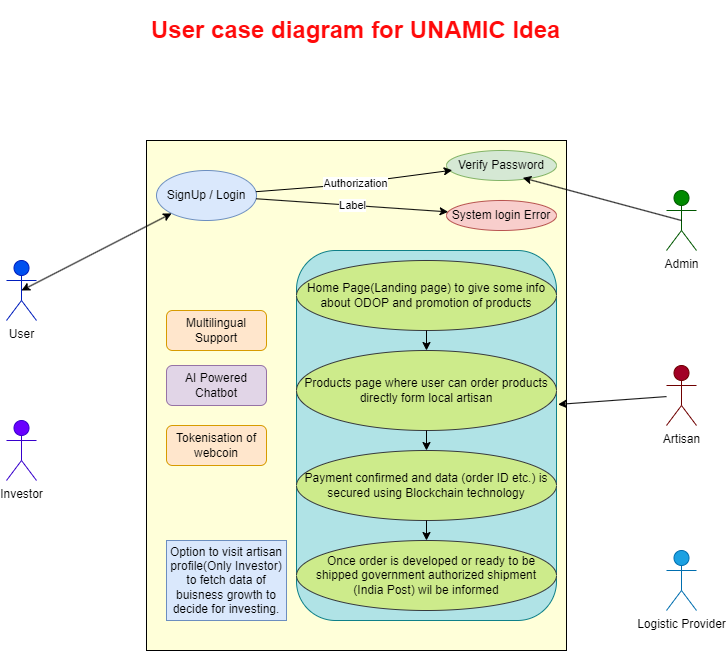
The draw.io diagram SIH.drawio.png in unsparsh/SIH_2023, before a commit. Source tidied: cells renumbered, new cells last; positions are measured from the earlier drawing's top-left corner, leaving out a move shared by most shapes.
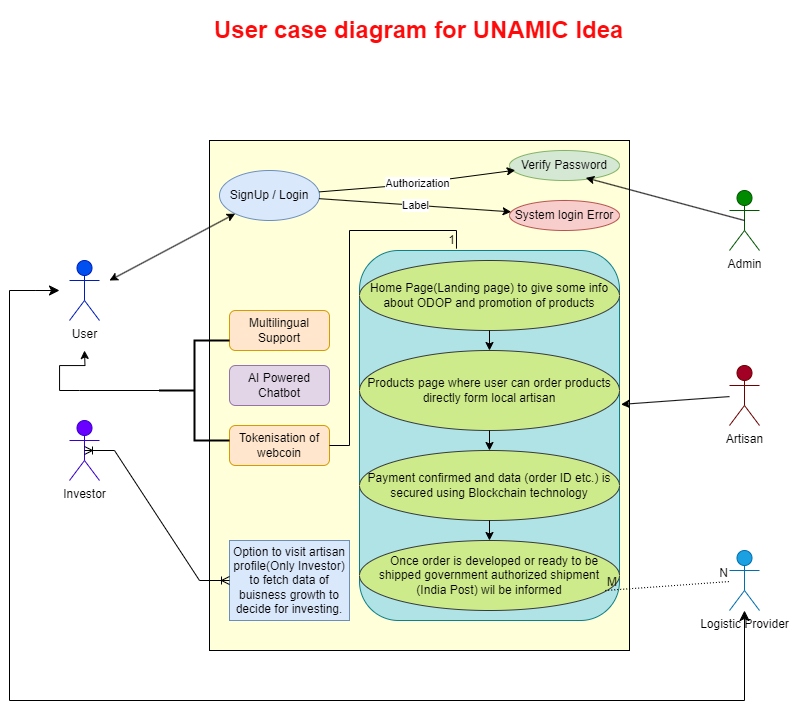
After the change.

Diff of the diagram source:
```diff
@@ -75,8 +75,10 @@
     <mxCell id="24" value="&amp;nbsp; &amp;nbsp;Once order is developed or ready to be shipped government authorized shipment &lt;br&gt;(India Post) wil be informed" style="ellipse;whiteSpace=wrap;html=1;fillColor=#cdeb8b;strokeColor=#36393d;" parent="1" vertex="1">
       <mxGeometry x="290" y="530" width="260" height="70" as="geometry" />
     </mxCell>
-    <mxCell id="25" style="endArrow=classic;startArrow=classic;html=1;rounded=0;exitX=0.5;exitY=0.5;exitDx=0;exitDy=0;exitPerimeter=0;" parent="1" edge="1" source="5" target="4">
-      <mxGeometry relative="1" as="geometry" />
+    <mxCell id="25" style="endArrow=classic;startArrow=classic;html=1;rounded=0;" parent="1" edge="1" target="4">
+      <mxGeometry relative="1" as="geometry">
+        <mxPoint x="40" y="270" as="sourcePoint" />
+      </mxGeometry>
     </mxCell>
     <mxCell id="26" style="endArrow=classic;html=1;rounded=0;entryX=0.694;entryY=0.911;entryDx=0;entryDy=0;entryPerimeter=0;exitX=0.5;exitY=0.5;exitDx=0;exitDy=0;exitPerimeter=0;" parent="1" edge="1" source="6" target="9">
       <mxGeometry relative="1" as="geometry" />
@@ -93,5 +95,57 @@
     <mxCell id="30" style="endArrow=classic;html=1;rounded=0;" parent="1" edge="1" source="21" target="22">
       <mxGeometry relative="1" as="geometry" />
     </mxCell>
+    <mxCell id="31" style="edgeStyle=entityRelationEdgeStyle;fontSize=12;html=1;endArrow=ERoneToMany;startArrow=ERoneToMany;rounded=0;exitX=0.5;exitY=0.5;exitDx=0;exitDy=0;exitPerimeter=0;" parent="1" edge="1" source="18" target="19">
+      <mxGeometry relative="1" as="geometry" />
+    </mxCell>
+    <mxCell id="32" style="endArrow=none;html=1;rounded=0;dashed=1;dashPattern=1 2;exitX=0.945;exitY=0.714;exitDx=0;exitDy=0;exitPerimeter=0;" parent="1" edge="1" source="24" target="8">
+      <mxGeometry relative="1" as="geometry" />
+    </mxCell>
+    <mxCell id="33" value="M" style="html=1;whiteSpace=wrap;align=left;verticalAlign=bottom;" parent="32" vertex="1">
+      <mxGeometry x="-1" relative="1" as="geometry" />
+    </mxCell>
+    <mxCell id="34" value="N" style="html=1;whiteSpace=wrap;align=right;verticalAlign=bottom;" parent="32" vertex="1">
+      <mxGeometry x="1" relative="1" as="geometry" />
+    </mxCell>
+    <mxCell id="35" style="ellipse;whiteSpace=wrap;html=1;align=center;fillColor=none;strokeColor=none;perimeter=centerPerimeter;" parent="1" vertex="1">
+      <mxGeometry x="210" y="405" width="10" height="10" as="geometry" />
+    </mxCell>
+    <mxCell id="36" style="strokeWidth=2;html=1;shape=mxgraph.flowchart.annotation_2;align=left;labelPosition=right;" parent="1" vertex="1">
+      <mxGeometry x="90" y="330" width="70" height="100" as="geometry" />
+    </mxCell>
+    <mxCell id="37" style="edgeStyle=orthogonalEdgeStyle;rounded=0;jettySize=auto;html=1;" parent="1" edge="1" source="38">
+      <mxGeometry relative="1" as="geometry">
+        <mxPoint x="15" y="340" as="targetPoint" />
+      </mxGeometry>
+    </mxCell>
+    <mxCell id="38" style="line;strokeWidth=1;dashed=0;labelPosition=right;align=left;verticalAlign=middle;spacingTop=0;spacingLeft=6;points=[];portConstraint=eastwest;" parent="1" vertex="1">
+      <mxGeometry x="10" y="375" width="110" height="10" as="geometry" />
+    </mxCell>
+    <mxCell id="39" style="endArrow=none;html=1;rounded=0;entryX=0.373;entryY=-0.005;entryDx=0;entryDy=0;entryPerimeter=0;exitX=1;exitY=0.5;exitDx=0;exitDy=0;" parent="1" edge="1" source="17" target="20">
+      <mxGeometry relative="1" as="geometry">
+        <Array as="points">
+          <mxPoint x="280" y="435" />
+          <mxPoint x="280" y="220" />
+          <mxPoint x="387" y="220" />
+        </Array>
+      </mxGeometry>
+    </mxCell>
+    <mxCell id="40" value="1" style="html=1;whiteSpace=wrap;align=right;verticalAlign=bottom;" parent="39" vertex="1">
+      <mxGeometry x="1" relative="1" as="geometry" />
+    </mxCell>
+    <mxCell id="41" style="edgeStyle=elbowEdgeStyle;elbow=vertical;endArrow=classic;html=1;curved=0;rounded=0;endSize=8;startSize=8;" parent="1" edge="1" target="8">
+      <mxGeometry relative="1" as="geometry">
+        <mxPoint x="-60" y="280" as="sourcePoint" />
+        <Array as="points">
+          <mxPoint x="380" y="690" />
+        </Array>
+      </mxGeometry>
+    </mxCell>
+    <mxCell id="42" style="edgeStyle=elbowEdgeStyle;elbow=horizontal;endArrow=classic;html=1;curved=0;rounded=0;endSize=8;startSize=8;" parent="1" edge="1">
+      <mxGeometry relative="1" as="geometry">
+        <mxPoint x="-60" y="280" as="sourcePoint" />
+        <mxPoint x="-10" y="280" as="targetPoint" />
+      </mxGeometry>
+    </mxCell>
   </root>
 </mxGraphModel>
```
